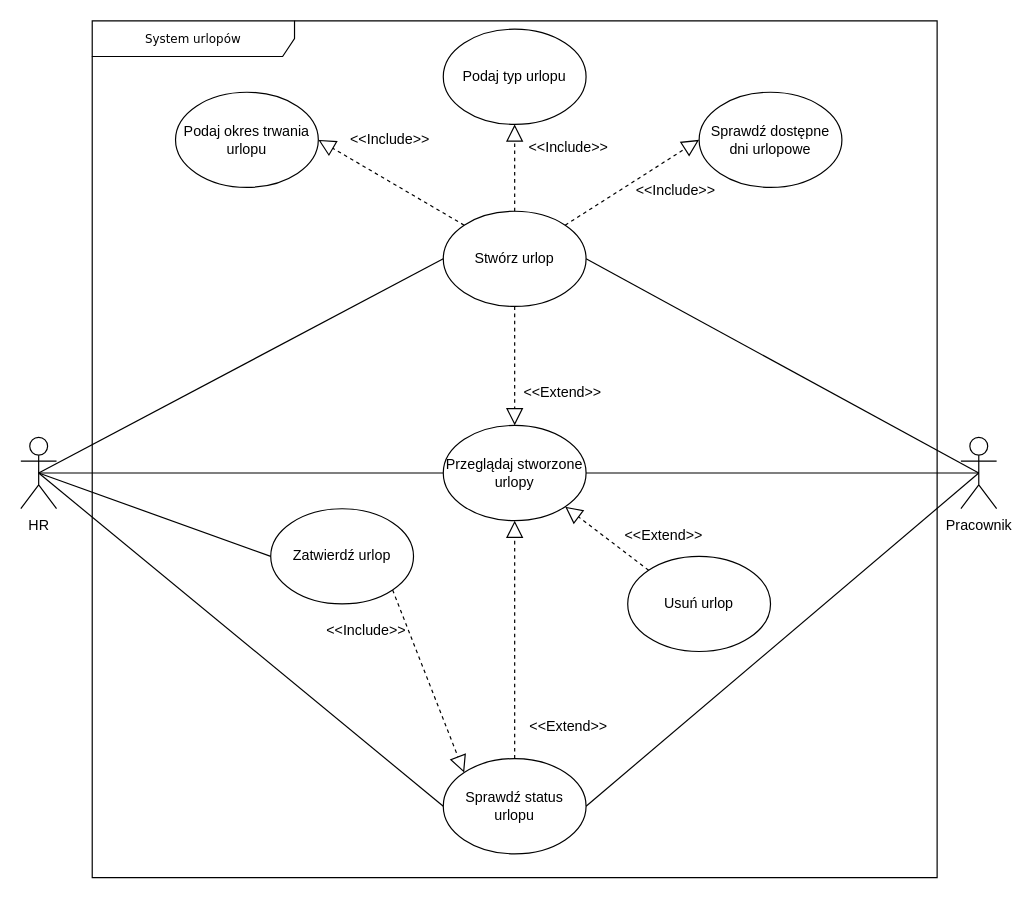
This is diagramy/urlopy/diagram-przypadkow-system-urlopów.drawio from oswitek/project-diagrams, a draw.io file, before an edit. Source tidied: cells renumbered, new cells numbered last; positions are measured from the earlier drawing's top-left corner, leaving out a move shared by most shapes. Both pictures are drawn from the tidied source at 119%, with x=0, y=0 at pixel (20, 20).
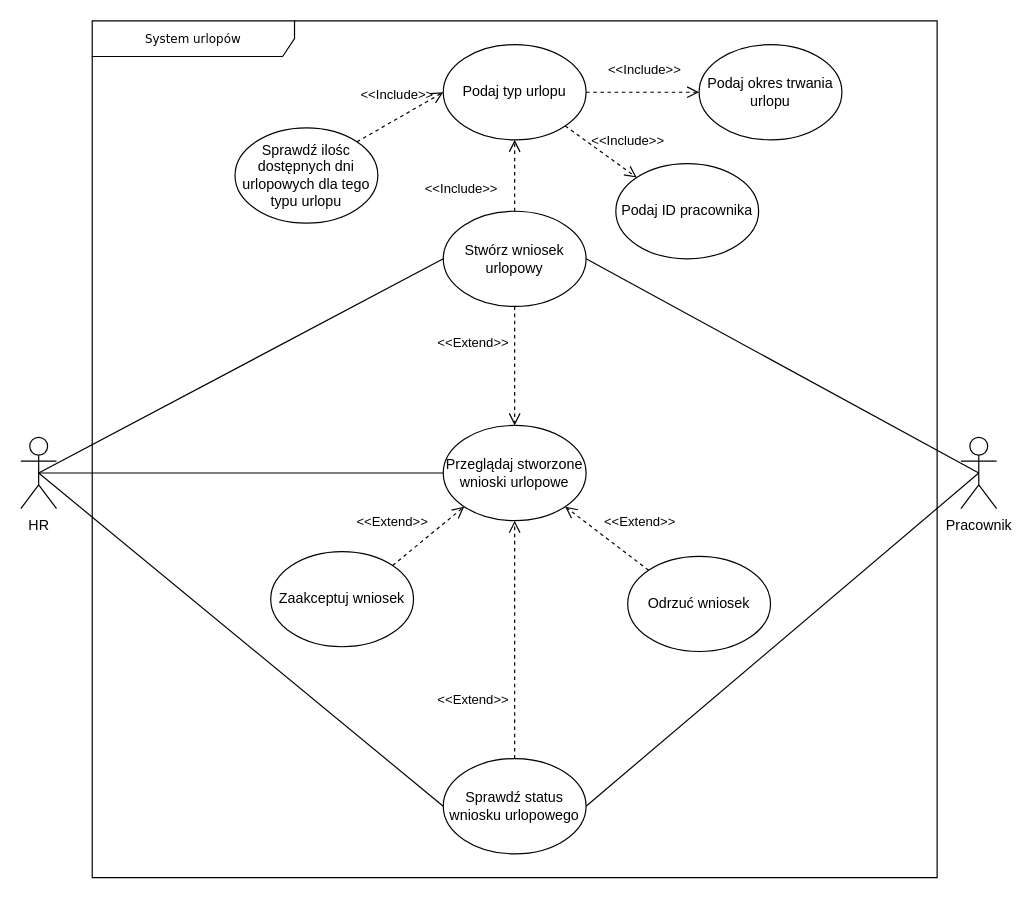
Above is the later version.

Unchanged cells that the change refers to:
```xml
<mxCell id="3" value="Pracownik" style="shape=umlActor;verticalLabelPosition=bottom;verticalAlign=top;html=1;" parent="1" vertex="1">
  <mxGeometry x="790" y="350" width="30" height="60" as="geometry" />
</mxCell>
<mxCell id="8" value="HR" style="shape=umlActor;verticalLabelPosition=bottom;verticalAlign=top;html=1;" parent="1" vertex="1">
  <mxGeometry y="350" width="30" height="60" as="geometry" />
</mxCell>
```

Diff of the diagram source:
```diff
@@
-    <mxCell id="5" value="Stwórz urlop" style="ellipse;whiteSpace=wrap;html=1;" parent="1" vertex="1">
+    <mxCell id="5" value="Stwórz wniosek urlopowy" style="ellipse;whiteSpace=wrap;html=1;" parent="1" vertex="1">
       <mxGeometry x="355" y="160" width="120" height="80" as="geometry" />
     </mxCell>
     <mxCell id="6" value="Podaj okres trwania urlopu" style="ellipse;whiteSpace=wrap;html=1;" parent="1" vertex="1">
-      <mxGeometry x="130" y="60" width="120" height="80" as="geometry" />
+      <mxGeometry x="570" y="20" width="120" height="80" as="geometry" />
     </mxCell>
@@
-    <mxCell id="9" style="endArrow=block;dashed=1;endFill=0;endSize=12;html=1;rounded=0;entryX=1;entryY=0.5;entryDx=0;entryDy=0;exitX=0;exitY=0;exitDx=0;exitDy=0;" parent="1" edge="1" source="5" target="6">
-      <mxGeometry relative="1" as="geometry" />
-    </mxCell>
-    <mxCell id="10" value="&amp;lt;&amp;lt;Include&amp;gt;&amp;gt;" style="text;align=center;fontStyle=0;verticalAlign=middle;spacingLeft=3;spacingRight=3;strokeColor=none;html=1;" parent="1" vertex="1">
-      <mxGeometry x="270" y="87" width="80" height="26" as="geometry" />
-    </mxCell>
     <mxCell id="11" value="Podaj typ urlopu" style="ellipse;whiteSpace=wrap;html=1;" parent="1" vertex="1">
-      <mxGeometry x="355" y="7" width="120" height="80" as="geometry" />
+      <mxGeometry x="355" y="20" width="120" height="80" as="geometry" />
     </mxCell>
-    <mxCell id="12" style="endArrow=block;dashed=1;endFill=0;endSize=12;html=1;rounded=0;entryX=0.5;entryY=1;entryDx=0;entryDy=0;exitX=0.5;exitY=0;exitDx=0;exitDy=0;" parent="1" edge="1" source="5" target="11">
-      <mxGeometry relative="1" as="geometry" />
-    </mxCell>
-    <mxCell id="13" value="&amp;lt;&amp;lt;Include&amp;gt;&amp;gt;" style="text;align=center;fontStyle=0;verticalAlign=middle;spacingLeft=3;spacingRight=3;strokeColor=none;html=1;" parent="1" vertex="1">
-      <mxGeometry x="510" y="130" width="80" height="26" as="geometry" />
-    </mxCell>
-    <mxCell id="14" value="Sprawdź dostępne dni urlopowe" style="ellipse;whiteSpace=wrap;html=1;" parent="1" vertex="1">
-      <mxGeometry x="570" y="60" width="120" height="80" as="geometry" />
+    <mxCell id="14" value="Sprawdź ilośc dostępnych dni urlopowych dla tego typu urlopu" style="ellipse;whiteSpace=wrap;html=1;" parent="1" vertex="1">
+      <mxGeometry x="180" y="90" width="120" height="80" as="geometry" />
     </mxCell>
-    <mxCell id="15" style="endArrow=block;dashed=1;endFill=0;endSize=12;html=1;rounded=0;entryX=0;entryY=0.5;entryDx=0;entryDy=0;exitX=1;exitY=0;exitDx=0;exitDy=0;" parent="1" edge="1" source="5" target="14">
-      <mxGeometry relative="1" as="geometry" />
-    </mxCell>
-    <mxCell id="16" value="&amp;lt;&amp;lt;Include&amp;gt;&amp;gt;" style="text;align=center;fontStyle=0;verticalAlign=middle;spacingLeft=3;spacingRight=3;strokeColor=none;html=1;" parent="1" vertex="1">
-      <mxGeometry x="420" y="94" width="80" height="26" as="geometry" />
-    </mxCell>
-    <mxCell id="17" value="Zatwierdź urlop" style="ellipse;whiteSpace=wrap;html=1;" parent="1" vertex="1">
-      <mxGeometry x="210" y="410" width="120" height="80" as="geometry" />
+    <mxCell id="17" value="Zaakceptuj wniosek" style="ellipse;whiteSpace=wrap;html=1;" parent="1" vertex="1">
+      <mxGeometry x="210" y="446" width="120" height="80" as="geometry" />
     </mxCell>
-    <mxCell id="18" value="Przeglądaj stworzone urlopy" style="ellipse;whiteSpace=wrap;html=1;" parent="1" vertex="1">
+    <mxCell id="18" value="Przeglądaj stworzone wnioski urlopowe" style="ellipse;whiteSpace=wrap;html=1;" parent="1" vertex="1">
       <mxGeometry x="355" y="340" width="120" height="80" as="geometry" />
     </mxCell>
@@
-    <mxCell id="21" style="endArrow=none;html=1;rounded=0;entryX=0.5;entryY=0.5;entryDx=0;entryDy=0;entryPerimeter=0;exitX=1;exitY=0.5;exitDx=0;exitDy=0;" parent="1" edge="1" source="18" target="3">
-      <mxGeometry relative="1" as="geometry" />
-    </mxCell>
-    <mxCell id="22" value="Usuń urlop" style="ellipse;whiteSpace=wrap;html=1;" parent="1" vertex="1">
+    <mxCell id="22" value="Odrzuć wniosek" style="ellipse;whiteSpace=wrap;html=1;" parent="1" vertex="1">
       <mxGeometry x="510" y="450" width="120" height="80" as="geometry" />
     </mxCell>
-    <mxCell id="23" value="Sprawdź status urlopu" style="ellipse;whiteSpace=wrap;html=1;" parent="1" vertex="1">
+    <mxCell id="23" value="Sprawdź status wniosku urlopowego" style="ellipse;whiteSpace=wrap;html=1;" parent="1" vertex="1">
       <mxGeometry x="355" y="620" width="120" height="80" as="geometry" />
     </mxCell>
@@
+    <mxCell id="30" style="endArrow=none;html=1;rounded=0;entryX=0.5;entryY=0.5;entryDx=0;entryDy=0;entryPerimeter=0;exitX=0;exitY=0.5;exitDx=0;exitDy=0;" parent="1" edge="1" source="23" target="8">
+      <mxGeometry relative="1" as="geometry" />
+    </mxCell>
+    <mxCell id="35" value="&amp;lt;&amp;lt;Extend&lt;span style=&quot;background-color: transparent; color: light-dark(rgb(0, 0, 0), rgb(255, 255, 255));&quot;&gt;&amp;gt;&amp;gt;&lt;/span&gt;" style="endArrow=open;startArrow=none;endFill=0;startFill=0;endSize=8;html=1;verticalAlign=bottom;dashed=1;labelBackgroundColor=none;rounded=0;exitX=1;exitY=0;exitDx=0;exitDy=0;entryX=0;entryY=1;entryDx=0;entryDy=0;" parent="1" edge="1" source="17" target="18">
+      <mxGeometry x="-0.55" y="21" relative="1" as="geometry">
+        <mxPoint x="-1" as="offset" />
+      </mxGeometry>
+    </mxCell>
+    <mxCell id="29" value="&amp;lt;&amp;lt;Extend&lt;span style=&quot;background-color: transparent; color: light-dark(rgb(0, 0, 0), rgb(255, 255, 255));&quot;&gt;&amp;gt;&amp;gt;&lt;/span&gt;" style="endArrow=open;startArrow=none;endFill=0;startFill=0;endSize=8;html=1;verticalAlign=bottom;dashed=1;labelBackgroundColor=none;rounded=0;exitX=0;exitY=0;exitDx=0;exitDy=0;entryX=1;entryY=1;entryDx=0;entryDy=0;" parent="1" edge="1" source="22" target="18">
+      <mxGeometry x="-0.43" y="-21" relative="1" as="geometry" />
+    </mxCell>
-    <mxCell id="25" style="endArrow=block;dashed=1;endFill=0;endSize=12;html=1;rounded=0;entryX=0.5;entryY=1;entryDx=0;entryDy=0;exitX=0.5;exitY=0;exitDx=0;exitDy=0;" parent="1" edge="1" source="23" target="18">
-      <mxGeometry relative="1" as="geometry" />
+    <mxCell id="25" value="&amp;lt;&amp;lt;Extend&lt;span style=&quot;background-color: transparent; color: light-dark(rgb(0, 0, 0), rgb(255, 255, 255));&quot;&gt;&amp;gt;&amp;gt;&lt;/span&gt;" style="endArrow=open;startArrow=none;endFill=0;startFill=0;endSize=8;html=1;verticalAlign=bottom;dashed=1;labelBackgroundColor=none;rounded=0;exitX=0.5;exitY=0;exitDx=0;exitDy=0;entryX=0.5;entryY=1;entryDx=0;entryDy=0;" parent="1" edge="1" source="23" target="18">
+      <mxGeometry x="-0.6" y="35" relative="1" as="geometry" />
     </mxCell>
-    <mxCell id="26" style="endArrow=block;dashed=1;endFill=0;endSize=12;html=1;rounded=0;entryX=0.5;entryY=0;entryDx=0;entryDy=0;exitX=0.5;exitY=1;exitDx=0;exitDy=0;" parent="1" edge="1" source="5" target="18">
-      <mxGeometry relative="1" as="geometry" />
+    <mxCell id="26" value="&amp;lt;&amp;lt;Extend&lt;span style=&quot;background-color: transparent; color: light-dark(rgb(0, 0, 0), rgb(255, 255, 255));&quot;&gt;&amp;gt;&amp;gt;&lt;/span&gt;" style="endArrow=open;startArrow=none;endFill=0;startFill=0;endSize=8;html=1;verticalAlign=bottom;dashed=1;labelBackgroundColor=none;rounded=0;exitX=0.5;exitY=1;exitDx=0;exitDy=0;entryX=0.5;entryY=0;entryDx=0;entryDy=0;" parent="1" edge="1" source="5" target="18">
+      <mxGeometry x="-0.2" y="-35" relative="1" as="geometry" />
     </mxCell>
-    <mxCell id="27" style="endArrow=none;html=1;rounded=0;entryX=0.5;entryY=0.5;entryDx=0;entryDy=0;entryPerimeter=0;exitX=0;exitY=0.5;exitDx=0;exitDy=0;" parent="1" edge="1" source="17" target="8">
-      <mxGeometry relative="1" as="geometry" />
-    </mxCell>
-    <mxCell id="28" value="&amp;lt;&amp;lt;Extend&amp;gt;&amp;gt;" style="text;align=center;fontStyle=0;verticalAlign=middle;spacingLeft=3;spacingRight=3;strokeColor=none;html=1;" parent="1" vertex="1">
-      <mxGeometry x="415" y="300" width="80" height="26" as="geometry" />
-    </mxCell>
-    <mxCell id="29" style="endArrow=block;dashed=1;endFill=0;endSize=12;html=1;rounded=0;entryX=1;entryY=1;entryDx=0;entryDy=0;exitX=0;exitY=0;exitDx=0;exitDy=0;" parent="1" edge="1" source="22" target="18">
-      <mxGeometry relative="1" as="geometry" />
-    </mxCell>
-    <mxCell id="30" style="endArrow=none;html=1;rounded=0;entryX=0.5;entryY=0.5;entryDx=0;entryDy=0;entryPerimeter=0;exitX=0;exitY=0.5;exitDx=0;exitDy=0;" parent="1" edge="1" source="23" target="8">
-      <mxGeometry relative="1" as="geometry" />
-    </mxCell>
-    <mxCell id="31" value="&amp;lt;&amp;lt;Extend&amp;gt;&amp;gt;" style="text;align=center;fontStyle=0;verticalAlign=middle;spacingLeft=3;spacingRight=3;strokeColor=none;html=1;" parent="1" vertex="1">
-      <mxGeometry x="500" y="420" width="80" height="26" as="geometry" />
-    </mxCell>
-    <mxCell id="32" value="&amp;lt;&amp;lt;Extend&amp;gt;&amp;gt;" style="text;align=center;fontStyle=0;verticalAlign=middle;spacingLeft=3;spacingRight=3;strokeColor=none;html=1;" parent="1" vertex="1">
-      <mxGeometry x="420" y="580" width="80" height="26" as="geometry" />
-    </mxCell>
-    <mxCell id="33" style="endArrow=block;dashed=1;endFill=0;endSize=12;html=1;rounded=0;entryX=0;entryY=0;entryDx=0;entryDy=0;exitX=1;exitY=1;exitDx=0;exitDy=0;" parent="1" edge="1" source="17" target="23">
-      <mxGeometry relative="1" as="geometry" />
-    </mxCell>
-    <mxCell id="34" value="&amp;lt;&amp;lt;Include&amp;gt;&amp;gt;" style="text;align=center;fontStyle=0;verticalAlign=middle;spacingLeft=3;spacingRight=3;strokeColor=none;html=1;" parent="1" vertex="1">
-      <mxGeometry x="250" y="500" width="80" height="26" as="geometry" />
-    </mxCell>
+    <mxCell id="36" value="&amp;lt;&amp;lt;Include&lt;span style=&quot;background-color: transparent; color: light-dark(rgb(0, 0, 0), rgb(255, 255, 255));&quot;&gt;&amp;gt;&amp;gt;&lt;/span&gt;" style="endArrow=open;startArrow=none;endFill=0;startFill=0;endSize=8;html=1;verticalAlign=bottom;dashed=1;labelBackgroundColor=none;rounded=0;exitX=1;exitY=0.5;exitDx=0;exitDy=0;entryX=0;entryY=0.5;entryDx=0;entryDy=0;" parent="1" edge="1" source="11" target="6">
+      <mxGeometry x="0.04" y="10" relative="1" as="geometry" />
+    </mxCell>
+    <mxCell id="37" value="&amp;lt;&amp;lt;Include&lt;span style=&quot;background-color: transparent; color: light-dark(rgb(0, 0, 0), rgb(255, 255, 255));&quot;&gt;&amp;gt;&amp;gt;&lt;/span&gt;" style="endArrow=open;startArrow=none;endFill=0;startFill=0;endSize=8;html=1;verticalAlign=bottom;dashed=1;labelBackgroundColor=none;rounded=0;exitX=1;exitY=0;exitDx=0;exitDy=0;entryX=0;entryY=0.5;entryDx=0;entryDy=0;" parent="1" edge="1" source="14" target="11">
+      <mxGeometry x="0.04" y="10" relative="1" as="geometry" />
+    </mxCell>
+    <mxCell id="12" value="&amp;lt;&amp;lt;Include&lt;span style=&quot;background-color: transparent; color: light-dark(rgb(0, 0, 0), rgb(255, 255, 255));&quot;&gt;&amp;gt;&amp;gt;&lt;/span&gt;" style="endArrow=open;startArrow=none;endFill=0;startFill=0;endSize=8;html=1;verticalAlign=bottom;dashed=1;labelBackgroundColor=none;rounded=0;exitX=0.5;exitY=0;exitDx=0;exitDy=0;entryX=0.5;entryY=1;entryDx=0;entryDy=0;" parent="1" edge="1" source="5" target="11">
+      <mxGeometry x="-0.67" y="45" relative="1" as="geometry" />
+    </mxCell>
+    <mxCell id="38" value="Podaj ID pracownika" style="ellipse;whiteSpace=wrap;html=1;" parent="1" vertex="1">
+      <mxGeometry x="500" y="120" width="120" height="80" as="geometry" />
+    </mxCell>
+    <mxCell id="39" value="&amp;lt;&amp;lt;Include&lt;span style=&quot;background-color: transparent; color: light-dark(rgb(0, 0, 0), rgb(255, 255, 255));&quot;&gt;&amp;gt;&amp;gt;&lt;/span&gt;" style="endArrow=open;startArrow=none;endFill=0;startFill=0;endSize=8;html=1;verticalAlign=bottom;dashed=1;labelBackgroundColor=none;rounded=0;exitX=1;exitY=1;exitDx=0;exitDy=0;entryX=0;entryY=0;entryDx=0;entryDy=0;" parent="1" edge="1" source="11" target="38">
+      <mxGeometry x="0.49" y="13" relative="1" as="geometry" />
+    </mxCell>
```
